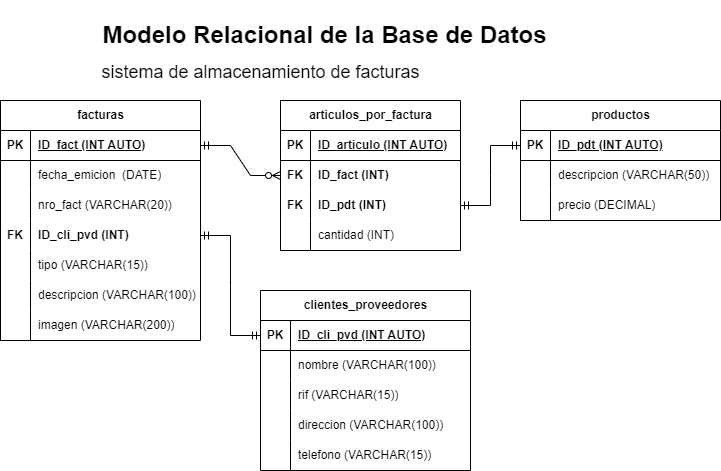
Above: database/Diagrama_relacional.png in Sofiaggb/APP_facturas (draw.io), before the change. Source tidied: cells renumbered, new cells last; positions are measured from the earlier drawing's top-left corner, leaving out a move shared by most shapes.
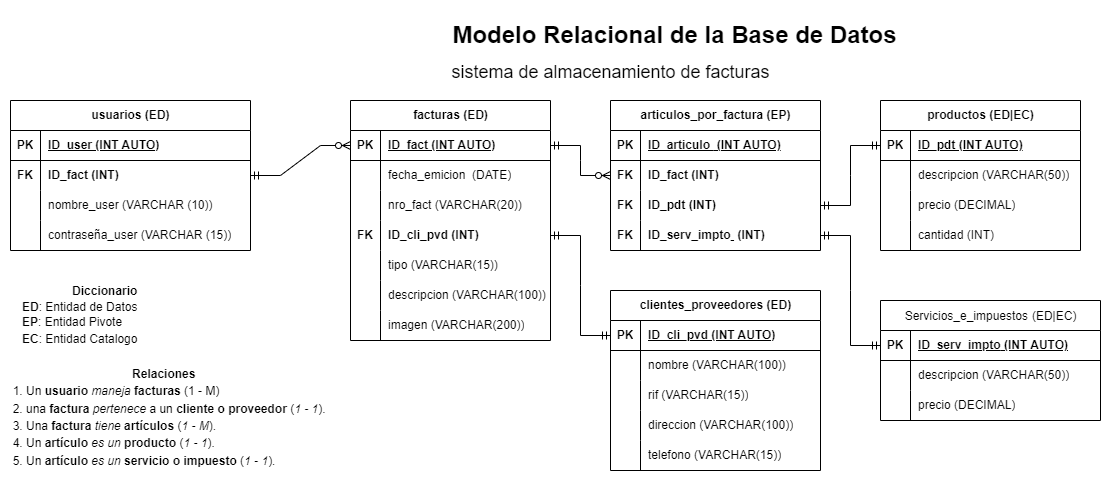
The same diagram one commit later.

Diff of the diagram source:
```diff
@@ -2,7 +2,7 @@
   <root>
     <mxCell id="0" />
     <mxCell id="1" parent="0" />
-    <mxCell id="2" value="facturas" style="shape=table;startSize=30;rowLines=0;fontStyle=1;align=center;html=1;" parent="1" vertex="1">
+    <mxCell id="2" value="facturas (ED)" style="shape=table;startSize=30;rowLines=0;fontStyle=1;align=center;html=1;" parent="1" vertex="1">
       <mxGeometry y="100" width="200" height="240" as="geometry" />
     </mxCell>
     <mxCell id="3" style="shape=tableRow;horizontal=0;startSize=0;swimlaneHead=0;swimlaneBody=0;fillColor=none;points=[[0,0.5],[1,0.5]];portConstraint=eastwest;top=0;left=0;right=0;bottom=1;" parent="2" vertex="1">
@@ -68,8 +68,8 @@
     <mxCell id="23" value="imagen (VARCHAR(200))" style="shape=partialRectangle;fillColor=none;top=0;left=0;bottom=0;right=0;align=left;spacingLeft=6;overflow=hidden;whiteSpace=wrap;html=1;" parent="21" vertex="1">
       <mxGeometry x="30" width="170" height="30" as="geometry" />
     </mxCell>
-    <mxCell id="24" value="productos" style="shape=table;startSize=30;rowLines=0;fontStyle=1;align=center;html=1;" parent="1" vertex="1">
-      <mxGeometry x="520" y="100" width="200" height="120" as="geometry" />
+    <mxCell id="24" value="productos (ED|EC)" style="shape=table;startSize=30;rowLines=0;fontStyle=1;align=center;html=1;" parent="1" vertex="1">
+      <mxGeometry x="530" y="100" width="200" height="150" as="geometry" />
     </mxCell>
     <mxCell id="25" style="shape=tableRow;horizontal=0;startSize=0;swimlaneHead=0;swimlaneBody=0;fillColor=none;points=[[0,0.5],[1,0.5]];portConstraint=eastwest;top=0;left=0;right=0;bottom=1;" parent="24" vertex="1">
       <mxGeometry y="30" width="200" height="30" as="geometry" />
@@ -98,7 +98,16 @@
     <mxCell id="33" value="precio (DECIMAL)" style="shape=partialRectangle;fillColor=none;top=0;left=0;bottom=0;right=0;align=left;spacingLeft=6;overflow=hidden;whiteSpace=wrap;html=1;" parent="31" vertex="1">
       <mxGeometry x="30" width="170" height="30" as="geometry" />
     </mxCell>
+    <mxCell id="60" style="shape=tableRow;horizontal=0;startSize=0;swimlaneHead=0;swimlaneBody=0;fillColor=none;top=0;left=0;right=0;bottom=0;" parent="24" vertex="1">
+      <mxGeometry y="120" width="200" height="30" as="geometry" />
+    </mxCell>
+    <mxCell id="61" style="shape=partialRectangle;fillColor=none;top=0;left=0;bottom=0;right=0;overflow=hidden;whiteSpace=wrap;html=1;" parent="60" vertex="1">
+      <mxGeometry width="30" height="30" as="geometry" />
+    </mxCell>
+    <mxCell id="62" value="cantidad (INT)" style="shape=partialRectangle;fillColor=none;top=0;left=0;bottom=0;right=0;align=left;spacingLeft=6;overflow=hidden;whiteSpace=wrap;html=1;" parent="60" vertex="1">
+      <mxGeometry x="30" width="170" height="30" as="geometry" />
+    </mxCell>
-    <mxCell id="34" value="clientes_proveedores" style="shape=table;startSize=30;rowLines=0;fontStyle=1;align=center;html=1;" parent="1" vertex="1">
+    <mxCell id="34" value="clientes_proveedores (ED)" style="shape=table;startSize=30;rowLines=0;fontStyle=1;align=center;html=1;" parent="1" vertex="1">
       <mxGeometry x="260" y="290" width="210" height="180" as="geometry" />
     </mxCell>
     <mxCell id="35" style="shape=tableRow;horizontal=0;startSize=0;swimlaneHead=0;swimlaneBody=0;fillColor=none;points=[[0,0.5],[1,0.5]];portConstraint=eastwest;top=0;left=0;right=0;bottom=1;" parent="34" vertex="1">
@@ -146,45 +155,45 @@
     <mxCell id="49" value="telefono (VARCHAR(15))" style="shape=partialRectangle;fillColor=none;top=0;left=0;bottom=0;right=0;align=left;spacingLeft=6;overflow=hidden;whiteSpace=wrap;html=1;" parent="47" vertex="1">
       <mxGeometry x="30" width="180" height="30" as="geometry" />
     </mxCell>
-    <mxCell id="50" value="articulos_por_factura" style="shape=table;startSize=30;rowLines=0;fontStyle=1;align=center;html=1;" parent="1" vertex="1">
-      <mxGeometry x="280" y="100" width="180" height="150" as="geometry" />
+    <mxCell id="50" value="articulos_por_factura (EP)" style="shape=table;startSize=30;rowLines=0;fontStyle=1;align=center;html=1;" parent="1" vertex="1">
+      <mxGeometry x="260" y="100" width="210" height="150" as="geometry" />
     </mxCell>
     <mxCell id="51" style="shape=tableRow;horizontal=0;startSize=0;swimlaneHead=0;swimlaneBody=0;fillColor=none;top=0;left=0;right=0;bottom=1;" parent="50" vertex="1">
-      <mxGeometry y="30" width="180" height="30" as="geometry" />
+      <mxGeometry y="30" width="210" height="30" as="geometry" />
     </mxCell>
     <mxCell id="52" value="PK" style="shape=partialRectangle;fillColor=none;top=0;left=0;bottom=0;right=0;fontStyle=1;overflow=hidden;whiteSpace=wrap;html=1;" parent="51" vertex="1">
       <mxGeometry width="30" height="30" as="geometry" />
     </mxCell>
-    <mxCell id="53" value="ID_articulo (INT AUTO)" style="shape=partialRectangle;fillColor=none;top=0;left=0;bottom=0;right=0;align=left;spacingLeft=6;fontStyle=5;overflow=hidden;whiteSpace=wrap;html=1;strokeWidth=8;" parent="51" vertex="1">
-      <mxGeometry x="30" width="150" height="30" as="geometry" />
+    <mxCell id="53" value="&lt;b&gt;ID_articulo&amp;nbsp;&lt;/b&gt;&amp;nbsp;(INT AUTO)" style="shape=partialRectangle;fillColor=none;top=0;left=0;bottom=0;right=0;align=left;spacingLeft=6;fontStyle=5;overflow=hidden;whiteSpace=wrap;html=1;strokeWidth=8;" parent="51" vertex="1">
+      <mxGeometry x="30" width="180" height="30" as="geometry" />
     </mxCell>
     <mxCell id="54" style="shape=tableRow;horizontal=0;startSize=0;swimlaneHead=0;swimlaneBody=0;fillColor=none;points=[[0,0.5],[1,0.5]];portConstraint=eastwest;top=0;left=0;right=0;bottom=0;" parent="50" vertex="1">
-      <mxGeometry y="60" width="180" height="30" as="geometry" />
+      <mxGeometry y="60" width="210" height="30" as="geometry" />
     </mxCell>
     <mxCell id="55" value="&lt;b&gt;FK&lt;/b&gt;" style="shape=partialRectangle;fillColor=none;top=0;left=0;bottom=0;right=0;overflow=hidden;whiteSpace=wrap;html=1;" parent="54" vertex="1">
       <mxGeometry width="30" height="30" as="geometry" />
     </mxCell>
     <mxCell id="56" value="&lt;b&gt;ID_fact (INT)&lt;/b&gt;" style="shape=partialRectangle;fillColor=none;top=0;left=0;bottom=0;right=0;align=left;spacingLeft=6;overflow=hidden;whiteSpace=wrap;html=1;" parent="54" vertex="1">
-      <mxGeometry x="30" width="150" height="30" as="geometry" />
+      <mxGeometry x="30" width="180" height="30" as="geometry" />
     </mxCell>
     <mxCell id="57" style="shape=tableRow;horizontal=0;startSize=0;swimlaneHead=0;swimlaneBody=0;fillColor=none;points=[[0,0.5],[1,0.5]];portConstraint=eastwest;top=0;left=0;right=0;bottom=0;" parent="50" vertex="1">
-      <mxGeometry y="90" width="180" height="30" as="geometry" />
+      <mxGeometry y="90" width="210" height="30" as="geometry" />
     </mxCell>
     <mxCell id="58" value="&lt;b&gt;FK&lt;/b&gt;" style="shape=partialRectangle;fillColor=none;top=0;left=0;bottom=0;right=0;overflow=hidden;whiteSpace=wrap;html=1;" parent="57" vertex="1">
       <mxGeometry width="30" height="30" as="geometry" />
     </mxCell>
     <mxCell id="59" value="&lt;b&gt;ID_pdt (INT)&lt;/b&gt;" style="shape=partialRectangle;fillColor=none;top=0;left=0;bottom=0;right=0;align=left;spacingLeft=6;overflow=hidden;whiteSpace=wrap;html=1;" parent="57" vertex="1">
-      <mxGeometry x="30" width="150" height="30" as="geometry" />
+      <mxGeometry x="30" width="180" height="30" as="geometry" />
     </mxCell>
-    <mxCell id="60" style="shape=tableRow;horizontal=0;startSize=0;swimlaneHead=0;swimlaneBody=0;fillColor=none;top=0;left=0;right=0;bottom=0;" parent="50" vertex="1">
-      <mxGeometry y="120" width="180" height="30" as="geometry" />
-    </mxCell>
-    <mxCell id="61" style="shape=partialRectangle;fillColor=none;top=0;left=0;bottom=0;right=0;overflow=hidden;whiteSpace=wrap;html=1;" parent="60" vertex="1">
-      <mxGeometry width="30" height="30" as="geometry" />
-    </mxCell>
-    <mxCell id="62" value="cantidad (INT)" style="shape=partialRectangle;fillColor=none;top=0;left=0;bottom=0;right=0;align=left;spacingLeft=6;overflow=hidden;whiteSpace=wrap;html=1;" parent="60" vertex="1">
-      <mxGeometry x="30" width="150" height="30" as="geometry" />
-    </mxCell>
+    <mxCell id="68" style="shape=tableRow;horizontal=0;startSize=0;swimlaneHead=0;swimlaneBody=0;fillColor=none;points=[[0,0.5],[1,0.5]];portConstraint=eastwest;top=0;left=0;right=0;bottom=0;" parent="50" vertex="1">
+      <mxGeometry y="120" width="210" height="30" as="geometry" />
+    </mxCell>
+    <mxCell id="69" value="&lt;b&gt;FK&lt;/b&gt;" style="shape=partialRectangle;fillColor=none;top=0;left=0;bottom=0;right=0;overflow=hidden;whiteSpace=wrap;html=1;" parent="68" vertex="1">
+      <mxGeometry width="30" height="30" as="geometry" />
+    </mxCell>
+    <mxCell id="70" value="&lt;font style=&quot;font-size: 12px;&quot;&gt;&lt;span style=&quot;font-weight: 700; white-space: pre; background-color: rgb(255, 255, 255);&quot;&gt;&lt;font style=&quot;font-size: 12px;&quot; face=&quot;Helvetica&quot;&gt;ID_serv_impto&lt;/font&gt;&lt;/span&gt;&lt;span style=&quot;font-weight: 700; text-decoration-line: underline;&quot;&gt;&amp;nbsp;&lt;/span&gt;&lt;b&gt;&amp;nbsp;(INT)&lt;/b&gt;&lt;/font&gt;" style="shape=partialRectangle;fillColor=none;top=0;left=0;bottom=0;right=0;align=left;spacingLeft=6;overflow=hidden;whiteSpace=wrap;html=1;" parent="68" vertex="1">
+      <mxGeometry x="30" width="180" height="30" as="geometry" />
+    </mxCell>
     <mxCell id="63" style="edgeStyle=entityRelationEdgeStyle;fontSize=12;html=1;endArrow=ERmandOne;startArrow=ERmandOne;rounded=0;exitX=1;exitY=0.5;exitDx=0;exitDy=0;entryX=0;entryY=0.5;entryDx=0;entryDy=0;" parent="1" edge="1" source="12" target="35">
       <mxGeometry relative="1" as="geometry" />
     </mxCell>
@@ -200,5 +209,86 @@
     <mxCell id="67" value="&lt;span style=&quot;font-weight: normal;&quot;&gt;&lt;font style=&quot;font-size: 18px;&quot;&gt;sistema de almacenamiento de facturas&lt;/font&gt;&lt;/span&gt;" style="text;strokeColor=none;fillColor=none;html=1;fontSize=24;fontStyle=1;verticalAlign=middle;align=center;" parent="1" vertex="1">
       <mxGeometry x="90" y="50" width="340" height="40" as="geometry" />
     </mxCell>
+    <mxCell id="71" value="&lt;div style=&quot;text-align: right; line-height: 140%;&quot;&gt;&lt;b&gt;Diccionario&lt;/b&gt;&lt;/div&gt;&lt;b&gt;ED&lt;/b&gt;: Entidad de Datos&lt;div style=&quot;line-height: 140%;&quot;&gt;&lt;b&gt;EP&lt;/b&gt;: Entidad Pivote&lt;/div&gt;&lt;div style=&quot;line-height: 140%;&quot;&gt;&lt;b&gt;EC&lt;/b&gt;: Entidad Catalogo&lt;/div&gt;" style="text;html=1;align=left;verticalAlign=middle;whiteSpace=wrap;rounded=0;" parent="1" vertex="1">
+      <mxGeometry x="-330" y="280" width="150" height="70" as="geometry" />
+    </mxCell>
+    <mxCell id="72" value="&lt;div style=&quot;text-align: center;&quot;&gt;&lt;span style=&quot;background-color: initial;&quot;&gt;&lt;b&gt;Relaciones&lt;/b&gt;&lt;/span&gt;&lt;/div&gt;&lt;div style=&quot;&quot;&gt;&lt;ol style=&quot;box-sizing: border-box; padding-left: 2em; margin-top: 0px; margin-bottom: 16px;&quot; dir=&quot;auto&quot;&gt;&lt;li style=&quot;box-sizing: border-box; margin-top: 0.25em;&quot;&gt;&lt;font face=&quot;Helvetica&quot; style=&quot;font-size: 12px;&quot;&gt;Un &lt;b&gt;usuario&lt;/b&gt; &lt;i&gt;maneja&lt;/i&gt; &lt;b&gt;facturas&lt;/b&gt; (1 - M)&lt;/font&gt;&lt;/li&gt;&lt;li style=&quot;box-sizing: border-box; margin-top: 0.25em;&quot;&gt;&lt;font face=&quot;Helvetica&quot; style=&quot;font-size: 12px;&quot;&gt;una &lt;b&gt;factura&lt;/b&gt;&amp;nbsp;&lt;span style=&quot;white-space: pre; font-style: italic;&quot;&gt;pertenece &lt;/span&gt;&lt;span style=&quot;white-space: pre;&quot;&gt;a un &lt;b&gt;cliente o proveedor&lt;/b&gt;&lt;/span&gt;&amp;nbsp;(&lt;em style=&quot;box-sizing: border-box;&quot;&gt;1 - 1&lt;/em&gt;).&lt;/font&gt;&lt;/li&gt;&lt;li style=&quot;box-sizing: border-box; margin-top: 0.25em;&quot;&gt;&lt;font style=&quot;font-size: 12px;&quot;&gt;Una&amp;nbsp;&lt;span style=&quot;box-sizing: border-box; font-weight: var(--base-text-weight-semibold, 600);&quot;&gt;factura&lt;/span&gt;&amp;nbsp;&lt;i&gt;tiene&amp;nbsp;&lt;/i&gt;&lt;span style=&quot;box-sizing: border-box; font-weight: var(--base-text-weight-semibold, 600);&quot;&gt;artículos&lt;/span&gt;&amp;nbsp;(&lt;em style=&quot;box-sizing: border-box;&quot;&gt;1 - M&lt;/em&gt;).&lt;/font&gt;&lt;/li&gt;&lt;li style=&quot;box-sizing: border-box; margin-top: 0.25em;&quot;&gt;&lt;font style=&quot;font-size: 12px;&quot;&gt;Un&amp;nbsp;&lt;span style=&quot;box-sizing: border-box; font-weight: var(--base-text-weight-semibold, 600);&quot;&gt;artículo&lt;/span&gt;&lt;i&gt;&amp;nbsp;es un&amp;nbsp;&lt;/i&gt;&lt;span style=&quot;box-sizing: border-box; font-weight: var(--base-text-weight-semibold, 600);&quot;&gt;producto&lt;/span&gt;&amp;nbsp;(&lt;em style=&quot;box-sizing: border-box;&quot;&gt;1 - 1&lt;/em&gt;).&lt;/font&gt;&lt;/li&gt;&lt;li style=&quot;box-sizing: border-box; margin-top: 0.25em;&quot;&gt;Un&amp;nbsp;&lt;span style=&quot;box-sizing: border-box; font-weight: var(--base-text-weight-semibold, 600);&quot;&gt;artículo&lt;/span&gt;&lt;i&gt;&amp;nbsp;es un&amp;nbsp;&lt;/i&gt;&lt;span style=&quot;box-sizing: border-box; font-weight: var(--base-text-weight-semibold, 600);&quot;&gt;servicio o impuesto&lt;/span&gt;&amp;nbsp;(&lt;em style=&quot;box-sizing: border-box;&quot;&gt;1 - 1&lt;/em&gt;).&lt;/li&gt;&lt;/ol&gt;&lt;/div&gt;" style="text;html=1;align=left;verticalAlign=middle;whiteSpace=wrap;rounded=0;" parent="1" vertex="1">
+      <mxGeometry x="-350" y="370" width="350" height="110" as="geometry" />
+    </mxCell>
+    <mxCell id="73" value="usuarios (ED)" style="shape=table;startSize=30;rowLines=0;fontStyle=1;align=center;html=1;" parent="1" vertex="1">
+      <mxGeometry x="-340" y="100" width="240" height="150" as="geometry" />
+    </mxCell>
+    <mxCell id="74" style="shape=tableRow;horizontal=0;startSize=0;swimlaneHead=0;swimlaneBody=0;fillColor=none;top=0;left=0;right=0;bottom=1;" parent="73" vertex="1">
+      <mxGeometry y="30" width="240" height="30" as="geometry" />
+    </mxCell>
+    <mxCell id="75" value="PK" style="shape=partialRectangle;fillColor=none;top=0;left=0;bottom=0;right=0;fontStyle=1;overflow=hidden;whiteSpace=wrap;html=1;" parent="74" vertex="1">
+      <mxGeometry width="30" height="30" as="geometry" />
+    </mxCell>
+    <mxCell id="76" value="ID_user (INT AUTO)" style="shape=partialRectangle;fillColor=none;top=0;left=0;bottom=0;right=0;align=left;spacingLeft=6;fontStyle=5;overflow=hidden;whiteSpace=wrap;html=1;strokeWidth=1;" parent="74" vertex="1">
+      <mxGeometry x="30" width="210" height="30" as="geometry" />
+    </mxCell>
+    <mxCell id="77" style="shape=tableRow;horizontal=0;startSize=0;swimlaneHead=0;swimlaneBody=0;fillColor=none;points=[[0,0.5],[1,0.5]];portConstraint=eastwest;top=0;left=0;right=0;bottom=0;" parent="73" vertex="1">
+      <mxGeometry y="60" width="240" height="30" as="geometry" />
+    </mxCell>
+    <mxCell id="78" value="&lt;b&gt;FK&lt;/b&gt;" style="shape=partialRectangle;fillColor=none;top=0;left=0;bottom=0;right=0;overflow=hidden;whiteSpace=wrap;html=1;" parent="77" vertex="1">
+      <mxGeometry width="30" height="30" as="geometry" />
+    </mxCell>
+    <mxCell id="79" value="&lt;b&gt;ID_fact (INT)&lt;/b&gt;" style="shape=partialRectangle;fillColor=none;top=0;left=0;bottom=0;right=0;align=left;spacingLeft=6;overflow=hidden;whiteSpace=wrap;html=1;" parent="77" vertex="1">
+      <mxGeometry x="30" width="210" height="30" as="geometry" />
+    </mxCell>
+    <mxCell id="80" style="shape=tableRow;horizontal=0;startSize=0;swimlaneHead=0;swimlaneBody=0;fillColor=none;top=0;left=0;right=0;bottom=0;" parent="73" vertex="1">
+      <mxGeometry y="90" width="240" height="30" as="geometry" />
+    </mxCell>
+    <mxCell id="81" style="shape=partialRectangle;fillColor=none;top=0;left=0;bottom=0;right=0;overflow=hidden;whiteSpace=wrap;html=1;" parent="80" vertex="1">
+      <mxGeometry width="30" height="30" as="geometry" />
+    </mxCell>
+    <mxCell id="82" value="nombre_user (VARCHAR (10))" style="shape=partialRectangle;fillColor=none;top=0;left=0;bottom=0;right=0;align=left;spacingLeft=6;overflow=hidden;whiteSpace=wrap;html=1;" parent="80" vertex="1">
+      <mxGeometry x="30" width="210" height="30" as="geometry" />
+    </mxCell>
+    <mxCell id="83" style="shape=tableRow;horizontal=0;startSize=0;swimlaneHead=0;swimlaneBody=0;fillColor=none;top=0;left=0;right=0;bottom=0;" parent="73" vertex="1">
+      <mxGeometry y="120" width="240" height="30" as="geometry" />
+    </mxCell>
+    <mxCell id="84" style="shape=partialRectangle;fillColor=none;top=0;left=0;bottom=0;right=0;overflow=hidden;whiteSpace=wrap;html=1;" parent="83" vertex="1">
+      <mxGeometry width="30" height="30" as="geometry" />
+    </mxCell>
+    <mxCell id="85" value="contraseña_user (VARCHAR (15))" style="shape=partialRectangle;fillColor=none;top=0;left=0;bottom=0;right=0;align=left;spacingLeft=6;overflow=hidden;whiteSpace=wrap;html=1;" parent="83" vertex="1">
+      <mxGeometry x="30" width="210" height="30" as="geometry" />
+    </mxCell>
+    <mxCell id="86" style="edgeStyle=entityRelationEdgeStyle;fontSize=12;html=1;endArrow=ERzeroToMany;startArrow=ERmandOne;rounded=0;exitX=1;exitY=0.5;exitDx=0;exitDy=0;entryX=0;entryY=0.5;entryDx=0;entryDy=0;" parent="1" edge="1" source="77" target="3">
+      <mxGeometry relative="1" as="geometry" />
+    </mxCell>
+    <mxCell id="87" value="&lt;span style=&quot;font-weight: normal;&quot;&gt;&lt;span style=&quot;white-space-collapse: preserve; background-color: rgb(255, 255, 255);&quot;&gt;&lt;font style=&quot;font-size: 12px;&quot;&gt;Servicios_e_impuestos&lt;/font&gt;&lt;/span&gt;&lt;span style=&quot;font-size: 14px; white-space-collapse: preserve; background-color: rgb(255, 255, 255);&quot;&gt; &lt;/span&gt;(ED|EC)&lt;/span&gt;" style="shape=table;startSize=30;rowLines=0;fontStyle=1;align=center;html=1;" parent="1" vertex="1">
+      <mxGeometry x="530" y="300" width="220" height="120" as="geometry" />
+    </mxCell>
+    <mxCell id="88" style="shape=tableRow;horizontal=0;startSize=0;swimlaneHead=0;swimlaneBody=0;fillColor=none;points=[[0,0.5],[1,0.5]];portConstraint=eastwest;top=0;left=0;right=0;bottom=1;" parent="87" vertex="1">
+      <mxGeometry y="30" width="220" height="30" as="geometry" />
+    </mxCell>
+    <mxCell id="89" value="PK" style="shape=partialRectangle;fillColor=none;top=0;left=0;bottom=0;right=0;fontStyle=1;overflow=hidden;whiteSpace=wrap;html=1;" parent="88" vertex="1">
+      <mxGeometry width="30" height="30" as="geometry" />
+    </mxCell>
+    <mxCell id="90" value="&lt;font style=&quot;font-size: 12px;&quot;&gt;&lt;span style=&quot;white-space: pre; background-color: rgb(255, 255, 255);&quot;&gt;&lt;font style=&quot;font-size: 12px;&quot; face=&quot;Helvetica&quot;&gt;ID_serv_impto&lt;/font&gt;&lt;/span&gt;&amp;nbsp;(INT AUTO)&lt;/font&gt;" style="shape=partialRectangle;fillColor=none;top=0;left=0;bottom=0;right=0;align=left;spacingLeft=6;fontStyle=5;overflow=hidden;whiteSpace=wrap;html=1;" parent="88" vertex="1">
+      <mxGeometry x="30" width="190" height="30" as="geometry" />
+    </mxCell>
+    <mxCell id="91" style="shape=tableRow;horizontal=0;startSize=0;swimlaneHead=0;swimlaneBody=0;fillColor=none;top=0;left=0;right=0;bottom=0;" parent="87" vertex="1">
+      <mxGeometry y="60" width="220" height="30" as="geometry" />
+    </mxCell>
+    <mxCell id="92" style="shape=partialRectangle;fillColor=none;top=0;left=0;bottom=0;right=0;overflow=hidden;whiteSpace=wrap;html=1;" parent="91" vertex="1">
+      <mxGeometry width="30" height="30" as="geometry" />
+    </mxCell>
+    <mxCell id="93" value="descripcion (VARCHAR(50))" style="shape=partialRectangle;fillColor=none;top=0;left=0;bottom=0;right=0;align=left;spacingLeft=6;overflow=hidden;whiteSpace=wrap;html=1;" parent="91" vertex="1">
+      <mxGeometry x="30" width="190" height="30" as="geometry" />
+    </mxCell>
+    <mxCell id="94" style="shape=tableRow;horizontal=0;startSize=0;swimlaneHead=0;swimlaneBody=0;fillColor=none;top=0;left=0;right=0;bottom=0;" parent="87" vertex="1">
+      <mxGeometry y="90" width="220" height="30" as="geometry" />
+    </mxCell>
+    <mxCell id="95" style="shape=partialRectangle;fillColor=none;top=0;left=0;bottom=0;right=0;overflow=hidden;whiteSpace=wrap;html=1;" parent="94" vertex="1">
+      <mxGeometry width="30" height="30" as="geometry" />
+    </mxCell>
+    <mxCell id="96" value="precio (DECIMAL)" style="shape=partialRectangle;fillColor=none;top=0;left=0;bottom=0;right=0;align=left;spacingLeft=6;overflow=hidden;whiteSpace=wrap;html=1;" parent="94" vertex="1">
+      <mxGeometry x="30" width="190" height="30" as="geometry" />
+    </mxCell>
+    <mxCell id="97" style="edgeStyle=entityRelationEdgeStyle;fontSize=12;html=1;endArrow=ERmandOne;startArrow=ERmandOne;rounded=0;exitX=1;exitY=0.5;exitDx=0;exitDy=0;entryX=0;entryY=0.5;entryDx=0;entryDy=0;" parent="1" edge="1" source="68" target="88">
+      <mxGeometry relative="1" as="geometry" />
+    </mxCell>
   </root>
 </mxGraphModel>
```
